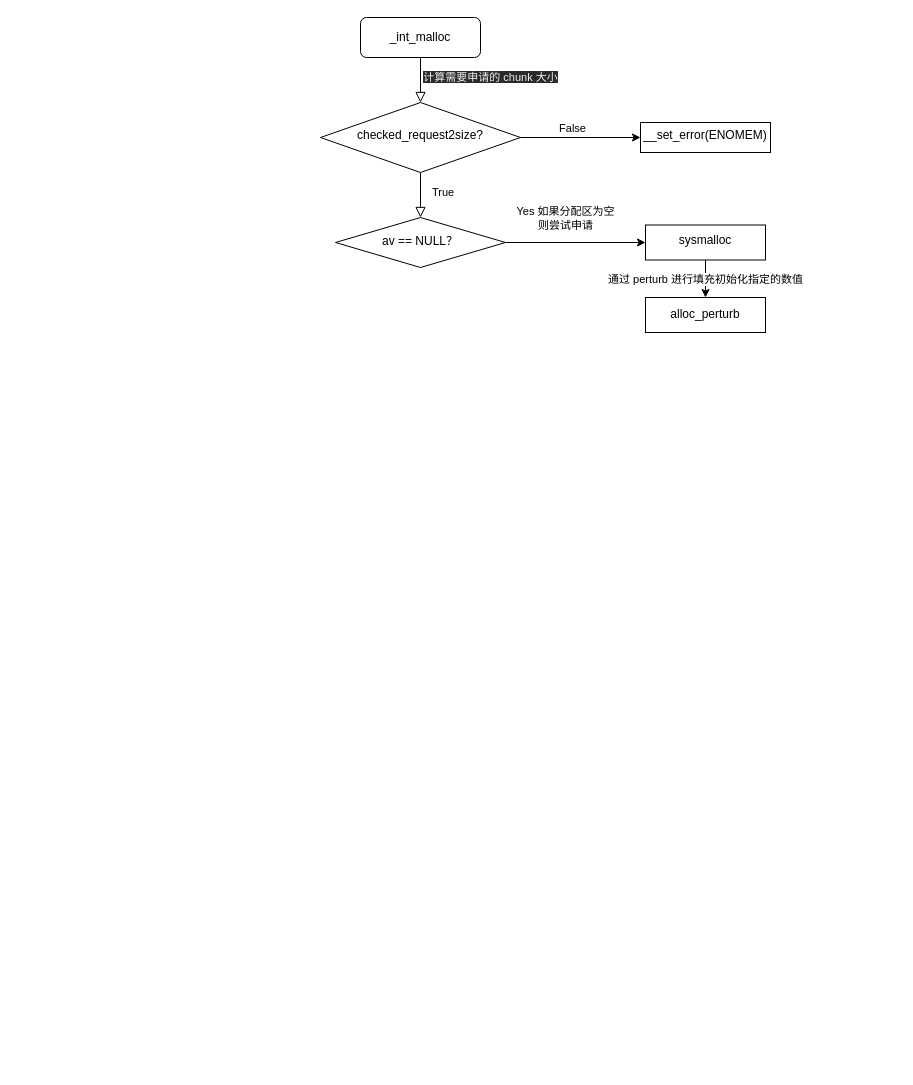
Before: page "_int_malloc" (1 of 2) of Doc/02_内存管理/uml/Glibc_int_malloc.drawio in HATTER-LONG/glibc_Learnging, a draw.io diagram. Source tidied: cells renumbered, new cells numbered last; positions are measured from the earlier drawing's top-left corner, leaving out a move shared by most shapes. Both pictures are drawn from the tidied source at 100%, with x=0, y=0 at pixel (320, 17).
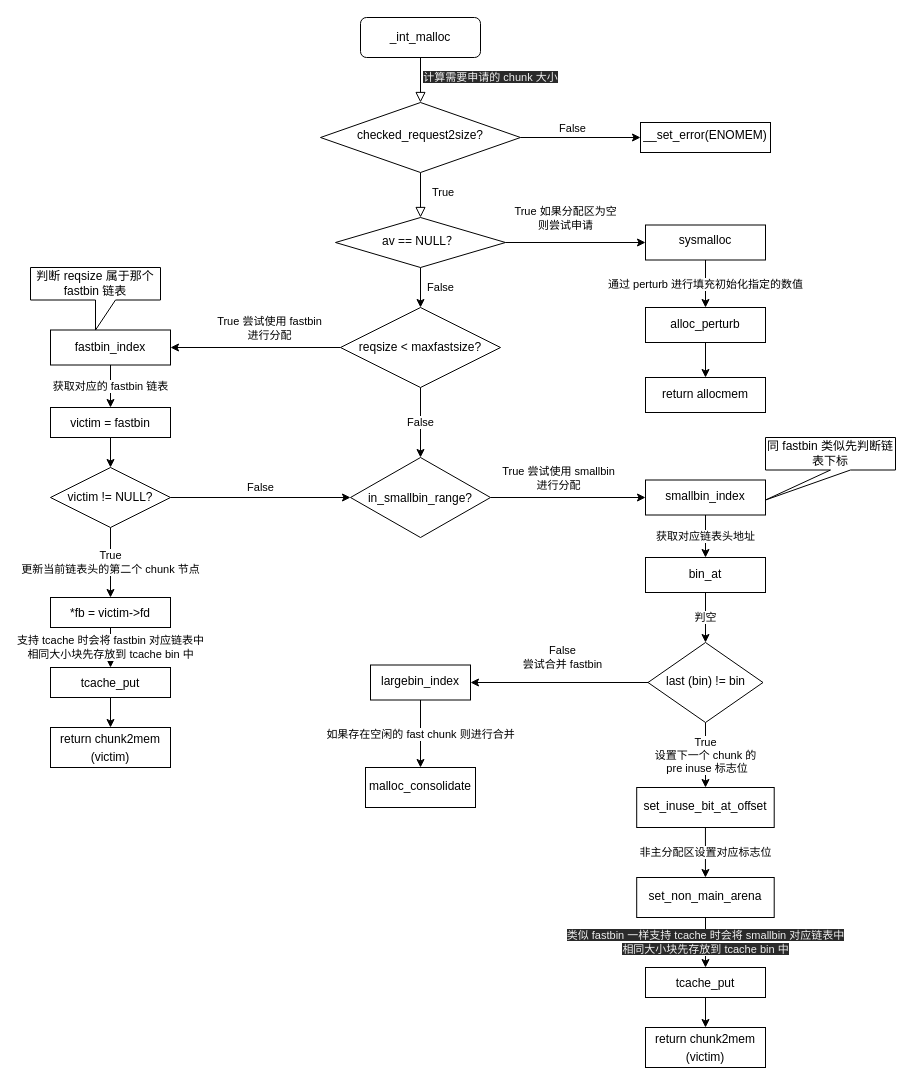
The same diagram, later.

The change refers to these unchanged cells:
```xml
<mxCell id="9" style="edgeStyle=orthogonalEdgeStyle;rounded=0;jettySize=auto;html=1;" parent="1" edge="1" source="11" target="13">
  <mxGeometry relative="1" as="geometry" />
</mxCell>
<mxCell id="11" value="&lt;div style=&quot;line-height: 18px&quot;&gt;av == NULL？&lt;/div&gt;" style="rhombus;whiteSpace=wrap;html=1;shadow=0;fontFamily=Helvetica;fontSize=12;align=center;strokeWidth=1;spacing=6;spacingTop=-4;" parent="1" vertex="1">
  <mxGeometry x="15" y="200" width="170" height="50" as="geometry" />
</mxCell>
```

Diff of the diagram source:
```diff
@@
-    <mxCell id="10" value="Yes 如果分配区为空&lt;br&gt;则尝试申请" style="edgeLabel;html=1;align=center;verticalAlign=middle;" parent="9" vertex="1">
+    <mxCell id="10" value="True 如果分配区为空&lt;br&gt;则尝试申请" style="edgeLabel;html=1;align=center;verticalAlign=middle;" parent="9" vertex="1">
       <mxGeometry x="-0.2" y="-1" relative="1" as="geometry">
         <mxPoint x="3" y="-26" as="offset" />
       </mxGeometry>
     </mxCell>
+    <mxCell id="15" value="False" style="edgeStyle=orthogonalEdgeStyle;rounded=0;jettySize=auto;html=1;entryX=0.5;entryY=0;entryDx=0;entryDy=0;" parent="1" edge="1" source="11" target="21">
+      <mxGeometry y="20" relative="1" as="geometry" />
+    </mxCell>
@@
+    <mxCell id="16" style="edgeStyle=orthogonalEdgeStyle;rounded=0;jettySize=auto;html=1;" parent="1" edge="1" source="14" target="17">
+      <mxGeometry relative="1" as="geometry" />
+    </mxCell>
     <mxCell id="14" value="&lt;div style=&quot;line-height: 18px&quot;&gt;alloc_perturb&lt;/div&gt;" style="whiteSpace=wrap;html=1;shadow=0;strokeWidth=1;spacing=6;spacingTop=-4;" parent="1" vertex="1">
-      <mxGeometry x="325" y="280" width="120" height="35" as="geometry" />
+      <mxGeometry x="325" y="290" width="120" height="35" as="geometry" />
     </mxCell>
+    <mxCell id="17" value="&lt;div style=&quot;line-height: 18px&quot;&gt;return allocmem&lt;/div&gt;" style="whiteSpace=wrap;html=1;shadow=0;strokeWidth=1;spacing=6;spacingTop=-4;" parent="1" vertex="1">
+      <mxGeometry x="325" y="360" width="120" height="35" as="geometry" />
+    </mxCell>
+    <mxCell id="18" style="edgeStyle=orthogonalEdgeStyle;rounded=0;jettySize=auto;html=1;" parent="1" edge="1" source="21" target="23">
+      <mxGeometry relative="1" as="geometry" />
+    </mxCell>
+    <mxCell id="19" value="True 尝试使用 fastbin &lt;br&gt;进行分配" style="edgeLabel;html=1;align=center;verticalAlign=middle;" parent="18" vertex="1">
+      <mxGeometry x="-0.15" y="3" relative="1" as="geometry">
+        <mxPoint y="-23" as="offset" />
+      </mxGeometry>
+    </mxCell>
+    <mxCell id="20" value="False" style="edgeStyle=orthogonalEdgeStyle;rounded=0;jettySize=auto;html=1;" parent="1" edge="1" source="21" target="36">
+      <mxGeometry relative="1" as="geometry" />
+    </mxCell>
+    <mxCell id="21" value="reqsize &amp;lt; maxfastsize?" style="rhombus;whiteSpace=wrap;html=1;" parent="1" vertex="1">
+      <mxGeometry x="20" y="290" width="160" height="80" as="geometry" />
+    </mxCell>
+    <mxCell id="22" value="获取对应的 fastbin 链表" style="edgeStyle=orthogonalEdgeStyle;rounded=0;jettySize=auto;html=1;" parent="1" edge="1" source="23" target="27">
+      <mxGeometry relative="1" as="geometry" />
+    </mxCell>
+    <mxCell id="23" value="&lt;span style=&quot;text-align: left&quot;&gt;fastbin_index&lt;/span&gt;" style="whiteSpace=wrap;html=1;" parent="1" vertex="1">
+      <mxGeometry x="-270" y="312.5" width="120" height="35" as="geometry" />
+    </mxCell>
+    <mxCell id="24" value="判断 reqsize 属于那个 fastbin 链表" style="shape=callout;whiteSpace=wrap;html=1;perimeter=calloutPerimeter;" parent="1" vertex="1">
+      <mxGeometry x="-290" y="250" width="130" height="62.5" as="geometry" />
+    </mxCell>
+    <mxCell id="25" value="True&lt;br&gt;更新当前链表头的第二个 chunk 节点" style="edgeStyle=orthogonalEdgeStyle;rounded=0;jettySize=auto;html=1;exitX=0.5;exitY=1;exitDx=0;exitDy=0;" parent="1" edge="1" source="33" target="29">
+      <mxGeometry relative="1" as="geometry" />
+    </mxCell>
+    <mxCell id="26" style="edgeStyle=orthogonalEdgeStyle;rounded=0;jettySize=auto;html=1;" parent="1" edge="1" source="27" target="33">
+      <mxGeometry relative="1" as="geometry" />
+    </mxCell>
+    <mxCell id="27" value="&lt;div style=&quot;line-height: 18px&quot;&gt;victim =&amp;nbsp;fastbin&lt;/div&gt;" style="whiteSpace=wrap;html=1;" parent="1" vertex="1">
+      <mxGeometry x="-270" y="390" width="120" height="30" as="geometry" />
+    </mxCell>
+    <mxCell id="28" value="支持 tcache 时会将 fastbin 对应链表中&lt;br&gt;相同大小块先存放到 tcache bin 中" style="edgeStyle=orthogonalEdgeStyle;rounded=0;jettySize=auto;html=1;" parent="1" edge="1" source="29" target="31">
+      <mxGeometry relative="1" as="geometry" />
+    </mxCell>
+    <mxCell id="29" value="&lt;div style=&quot;line-height: 18px&quot;&gt;&lt;div style=&quot;line-height: 18px&quot;&gt;&lt;div style=&quot;line-height: 18px&quot;&gt;*fb = victim-&amp;gt;fd&lt;/div&gt;&lt;/div&gt;&lt;/div&gt;" style="whiteSpace=wrap;html=1;" parent="1" vertex="1">
+      <mxGeometry x="-270" y="580" width="120" height="30" as="geometry" />
+    </mxCell>
+    <mxCell id="30" style="edgeStyle=orthogonalEdgeStyle;rounded=0;jettySize=auto;html=1;" parent="1" edge="1" source="31" target="32">
+      <mxGeometry relative="1" as="geometry" />
+    </mxCell>
+    <mxCell id="31" value="&lt;div style=&quot;line-height: 18px&quot;&gt;&lt;div style=&quot;line-height: 18px&quot;&gt;&lt;div style=&quot;line-height: 18px&quot;&gt;&lt;div style=&quot;line-height: 18px&quot;&gt;tcache_put&lt;/div&gt;&lt;/div&gt;&lt;/div&gt;&lt;/div&gt;" style="whiteSpace=wrap;html=1;" parent="1" vertex="1">
+      <mxGeometry x="-270" y="650" width="120" height="30" as="geometry" />
+    </mxCell>
+    <mxCell id="32" value="&lt;div style=&quot;line-height: 18px&quot;&gt;&lt;div style=&quot;line-height: 18px&quot;&gt;&lt;div style=&quot;line-height: 18px&quot;&gt;&lt;div style=&quot;line-height: 18px&quot;&gt;return&amp;nbsp;chunk2mem (victim)&lt;/div&gt;&lt;/div&gt;&lt;/div&gt;&lt;/div&gt;" style="whiteSpace=wrap;html=1;" parent="1" vertex="1">
+      <mxGeometry x="-270" y="710" width="120" height="40" as="geometry" />
+    </mxCell>
+    <mxCell id="33" value="victim != NULL?" style="rhombus;whiteSpace=wrap;html=1;" parent="1" vertex="1">
+      <mxGeometry x="-270" y="450" width="120" height="60" as="geometry" />
+    </mxCell>
+    <mxCell id="34" style="edgeStyle=orthogonalEdgeStyle;rounded=0;jettySize=auto;html=1;entryX=0;entryY=0.5;entryDx=0;entryDy=0;" parent="1" edge="1" source="36" target="39">
+      <mxGeometry relative="1" as="geometry" />
+    </mxCell>
+    <mxCell id="35" value="True 尝试使用 smallbin &lt;br&gt;进行分配" style="edgeLabel;html=1;align=center;verticalAlign=middle;" parent="34" vertex="1">
+      <mxGeometry x="-0.14" y="-2" relative="1" as="geometry">
+        <mxPoint y="-22" as="offset" />
+      </mxGeometry>
+    </mxCell>
+    <mxCell id="36" value="&lt;div style=&quot;line-height: 18px&quot;&gt;in_smallbin_range?&lt;/div&gt;" style="rhombus;whiteSpace=wrap;html=1;" parent="1" vertex="1">
+      <mxGeometry x="30" y="440" width="140" height="80" as="geometry" />
+    </mxCell>
+    <mxCell id="37" value="False" style="endArrow=classic;html=1;entryX=0;entryY=0.5;entryDx=0;entryDy=0;" parent="1" edge="1" target="36">
+      <mxGeometry y="10" relative="1" as="geometry">
+        <mxPoint x="-150" y="480" as="sourcePoint" />
+      </mxGeometry>
+    </mxCell>
+    <mxCell id="38" value="获取对应链表头地址" style="edgeStyle=orthogonalEdgeStyle;rounded=0;jettySize=auto;html=1;" parent="1" edge="1" source="39" target="42">
+      <mxGeometry relative="1" as="geometry" />
+    </mxCell>
+    <mxCell id="39" value="&lt;div style=&quot;line-height: 18px&quot;&gt;&lt;div style=&quot;line-height: 18px&quot;&gt;smallbin_index&lt;/div&gt;&lt;/div&gt;" style="whiteSpace=wrap;html=1;shadow=0;strokeWidth=1;spacing=6;spacingTop=-4;" parent="1" vertex="1">
+      <mxGeometry x="325" y="462.5" width="120" height="35" as="geometry" />
+    </mxCell>
+    <mxCell id="40" value="同 fastbin 类似先判断链表下标" style="shape=callout;whiteSpace=wrap;html=1;perimeter=calloutPerimeter;position2=0;" parent="1" vertex="1">
+      <mxGeometry x="445" y="420" width="130" height="62.5" as="geometry" />
+    </mxCell>
+    <mxCell id="41" value="判空" style="edgeStyle=orthogonalEdgeStyle;rounded=0;jettySize=auto;html=1;" parent="1" edge="1" source="42" target="45">
+      <mxGeometry relative="1" as="geometry" />
+    </mxCell>
+    <mxCell id="42" value="&lt;div style=&quot;line-height: 18px&quot;&gt;&lt;div style=&quot;line-height: 18px&quot;&gt;&lt;div style=&quot;line-height: 18px&quot;&gt;bin_at&lt;/div&gt;&lt;/div&gt;&lt;/div&gt;" style="whiteSpace=wrap;html=1;shadow=0;strokeWidth=1;spacing=6;spacingTop=-4;" parent="1" vertex="1">
+      <mxGeometry x="325" y="540" width="120" height="35" as="geometry" />
+    </mxCell>
+    <mxCell id="43" value="True&lt;br&gt;设置下一个 chunk 的&lt;br&gt;&amp;nbsp;pre inuse 标志位" style="edgeStyle=orthogonalEdgeStyle;rounded=0;jettySize=auto;html=1;" parent="1" edge="1" source="45" target="47">
+      <mxGeometry relative="1" as="geometry" />
+    </mxCell>
+    <mxCell id="44" value="False&lt;br&gt;尝试合并 fastbin" style="edgeStyle=orthogonalEdgeStyle;rounded=0;jettySize=auto;html=1;" parent="1" edge="1" source="45" target="54">
+      <mxGeometry x="-0.03" y="-25" relative="1" as="geometry" />
+    </mxCell>
+    <mxCell id="45" value="&lt;div style=&quot;line-height: 18px&quot;&gt;last (bin) != bin&lt;/div&gt;" style="rhombus;whiteSpace=wrap;html=1;shadow=0;strokeWidth=1;spacing=6;spacingTop=-4;" parent="1" vertex="1">
+      <mxGeometry x="327.5" y="625" width="115" height="80" as="geometry" />
+    </mxCell>
+    <mxCell id="46" value="非主分配区设置对应标志位" style="edgeStyle=orthogonalEdgeStyle;rounded=0;jettySize=auto;html=1;" parent="1" edge="1" source="47" target="49">
+      <mxGeometry relative="1" as="geometry" />
+    </mxCell>
+    <mxCell id="47" value="&lt;div style=&quot;line-height: 18px&quot;&gt;set_inuse_bit_at_offset&lt;/div&gt;" style="whiteSpace=wrap;html=1;shadow=0;strokeWidth=1;spacing=6;spacingTop=-4;" parent="1" vertex="1">
+      <mxGeometry x="316.2" y="770" width="137.5" height="40" as="geometry" />
+    </mxCell>
+    <mxCell id="48" value="&lt;span style=&quot;color: rgb(240 , 240 , 240) ; font-family: &amp;#34;helvetica&amp;#34; ; font-size: 11px ; font-style: normal ; font-weight: 400 ; letter-spacing: normal ; text-align: center ; text-indent: 0px ; text-transform: none ; word-spacing: 0px ; background-color: rgb(42 , 42 , 42) ; display: inline ; float: none&quot;&gt;类似 fastbin 一样支持 tcache 时会将 smallbin 对应链表中&lt;/span&gt;&lt;br style=&quot;color: rgb(240 , 240 , 240) ; font-family: &amp;#34;helvetica&amp;#34; ; font-size: 11px ; font-style: normal ; font-weight: 400 ; letter-spacing: normal ; text-align: center ; text-indent: 0px ; text-transform: none ; word-spacing: 0px&quot;&gt;&lt;span style=&quot;color: rgb(240 , 240 , 240) ; font-family: &amp;#34;helvetica&amp;#34; ; font-size: 11px ; font-style: normal ; font-weight: 400 ; letter-spacing: normal ; text-align: center ; text-indent: 0px ; text-transform: none ; word-spacing: 0px ; background-color: rgb(42 , 42 , 42) ; display: inline ; float: none&quot;&gt;相同大小块先存放到 tcache bin 中&lt;/span&gt;" style="edgeStyle=orthogonalEdgeStyle;rounded=0;jettySize=auto;html=1;entryX=0.5;entryY=0;entryDx=0;entryDy=0;" parent="1" edge="1" source="49" target="51">
+      <mxGeometry relative="1" as="geometry" />
+    </mxCell>
+    <mxCell id="49" value="&lt;div style=&quot;line-height: 18px&quot;&gt;&lt;div style=&quot;line-height: 18px&quot;&gt;set_non_main_arena&lt;/div&gt;&lt;/div&gt;" style="whiteSpace=wrap;html=1;shadow=0;strokeWidth=1;spacing=6;spacingTop=-4;" parent="1" vertex="1">
+      <mxGeometry x="316.2" y="860" width="137.5" height="40" as="geometry" />
+    </mxCell>
+    <mxCell id="50" style="edgeStyle=orthogonalEdgeStyle;rounded=0;jettySize=auto;html=1;entryX=0.5;entryY=0;entryDx=0;entryDy=0;" parent="1" edge="1" source="51" target="52">
+      <mxGeometry relative="1" as="geometry" />
+    </mxCell>
+    <mxCell id="51" value="&lt;div style=&quot;line-height: 18px&quot;&gt;&lt;div style=&quot;line-height: 18px&quot;&gt;&lt;div style=&quot;line-height: 18px&quot;&gt;&lt;div style=&quot;line-height: 18px&quot;&gt;tcache_put&lt;/div&gt;&lt;/div&gt;&lt;/div&gt;&lt;/div&gt;" style="whiteSpace=wrap;html=1;" parent="1" vertex="1">
+      <mxGeometry x="325" y="950" width="120" height="30" as="geometry" />
+    </mxCell>
+    <mxCell id="52" value="&lt;div style=&quot;line-height: 18px&quot;&gt;&lt;div style=&quot;line-height: 18px&quot;&gt;&lt;div style=&quot;line-height: 18px&quot;&gt;&lt;div style=&quot;line-height: 18px&quot;&gt;return&amp;nbsp;chunk2mem (victim)&lt;/div&gt;&lt;/div&gt;&lt;/div&gt;&lt;/div&gt;" style="whiteSpace=wrap;html=1;" parent="1" vertex="1">
+      <mxGeometry x="325" y="1010" width="120" height="40" as="geometry" />
+    </mxCell>
+    <mxCell id="53" value="如果存在空闲的 fast chunk 则进行合并" style="edgeStyle=orthogonalEdgeStyle;rounded=0;jettySize=auto;html=1;" parent="1" edge="1" source="54" target="55">
+      <mxGeometry relative="1" as="geometry" />
+    </mxCell>
+    <mxCell id="54" value="&lt;div style=&quot;line-height: 18px&quot;&gt;largebin_index&lt;/div&gt;" style="whiteSpace=wrap;html=1;shadow=0;strokeWidth=1;spacing=6;spacingTop=-4;" parent="1" vertex="1">
+      <mxGeometry x="50" y="647.5" width="100" height="35" as="geometry" />
+    </mxCell>
+    <mxCell id="55" value="&lt;div style=&quot;line-height: 18px&quot;&gt;&lt;div style=&quot;line-height: 18px&quot;&gt;malloc_consolidate&lt;/div&gt;&lt;/div&gt;" style="whiteSpace=wrap;html=1;shadow=0;strokeWidth=1;spacing=6;spacingTop=-4;" parent="1" vertex="1">
+      <mxGeometry x="45" y="750" width="110" height="40" as="geometry" />
+    </mxCell>
```
